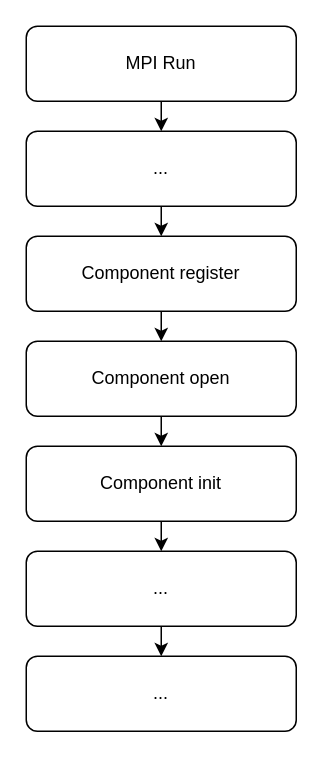
The draw.io diagram ompi/self-flow.drawio in Troyself/img-design-draw-io, before the edit. Source tidied: cells renumbered, new cells numbered last; positions are measured from the earlier drawing's top-left corner, leaving out a move shared by most shapes. Both pictures are drawn from the tidied source at 150%, with x=0, y=0 at pixel (26, 26).
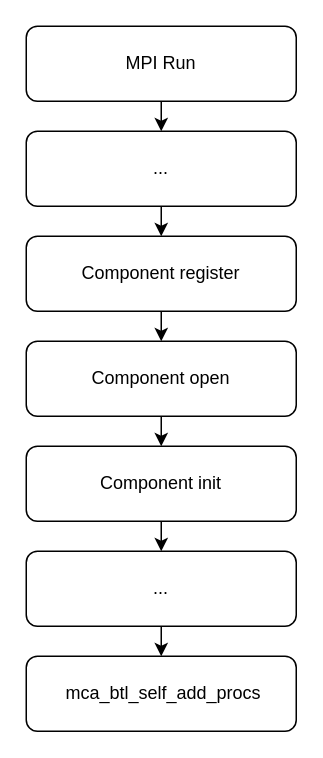
After the change.

Change to the diagram source:
```diff
@@
 <mxGraphModel>
   <root>
     <mxCell id="0" />
     <mxCell id="1" parent="0" />
     <mxCell id="2" style="edgeStyle=orthogonalEdgeStyle;rounded=0;jettySize=auto;html=1;exitX=0.5;exitY=1;exitDx=0;exitDy=0;entryX=0.5;entryY=0;entryDx=0;entryDy=0;fontFamily=Helvetica;fontSize=12;fontColor=default;" parent="1" edge="1" source="3" target="5">
       <mxGeometry relative="1" as="geometry" />
     </mxCell>
     <mxCell id="3" value="MPI Run" style="rounded=1;whiteSpace=wrap;html=1;fillColor=none;" parent="1" vertex="1">
       <mxGeometry width="180" height="50" as="geometry" />
     </mxCell>
     <mxCell id="4" style="edgeStyle=orthogonalEdgeStyle;rounded=0;jettySize=auto;html=1;exitX=0.5;exitY=1;exitDx=0;exitDy=0;entryX=0.5;entryY=0;entryDx=0;entryDy=0;fontFamily=Helvetica;fontSize=12;fontColor=default;" parent="1" edge="1" source="5" target="7">
       <mxGeometry relative="1" as="geometry" />
     </mxCell>
     <mxCell id="5" value="..." style="rounded=1;whiteSpace=wrap;html=1;fillColor=none;" parent="1" vertex="1">
       <mxGeometry y="70" width="180" height="50" as="geometry" />
     </mxCell>
     <mxCell id="6" style="edgeStyle=orthogonalEdgeStyle;rounded=0;jettySize=auto;html=1;exitX=0.5;exitY=1;exitDx=0;exitDy=0;entryX=0.5;entryY=0;entryDx=0;entryDy=0;fontFamily=Helvetica;fontSize=12;fontColor=default;" parent="1" edge="1" source="7" target="9">
       <mxGeometry relative="1" as="geometry" />
     </mxCell>
     <mxCell id="7" value="Component register" style="rounded=1;whiteSpace=wrap;html=1;fillColor=none;" parent="1" vertex="1">
       <mxGeometry y="140" width="180" height="50" as="geometry" />
     </mxCell>
     <mxCell id="8" style="edgeStyle=orthogonalEdgeStyle;rounded=0;jettySize=auto;html=1;exitX=0.5;exitY=1;exitDx=0;exitDy=0;entryX=0.5;entryY=0;entryDx=0;entryDy=0;fontFamily=Helvetica;fontSize=12;fontColor=default;" parent="1" edge="1" source="9" target="11">
       <mxGeometry relative="1" as="geometry" />
     </mxCell>
     <mxCell id="9" value="Component open" style="rounded=1;whiteSpace=wrap;html=1;fillColor=none;" parent="1" vertex="1">
       <mxGeometry y="210" width="180" height="50" as="geometry" />
     </mxCell>
     <mxCell id="10" style="edgeStyle=orthogonalEdgeStyle;rounded=0;jettySize=auto;html=1;exitX=0.5;exitY=1;exitDx=0;exitDy=0;entryX=0.5;entryY=0;entryDx=0;entryDy=0;fontFamily=Helvetica;fontSize=12;fontColor=default;" parent="1" edge="1" source="11" target="13">
       <mxGeometry relative="1" as="geometry" />
     </mxCell>
     <mxCell id="11" value="Component init" style="rounded=1;whiteSpace=wrap;html=1;fillColor=none;" parent="1" vertex="1">
       <mxGeometry y="280" width="180" height="50" as="geometry" />
     </mxCell>
     <mxCell id="12" style="edgeStyle=orthogonalEdgeStyle;rounded=0;jettySize=auto;html=1;exitX=0.5;exitY=1;exitDx=0;exitDy=0;entryX=0.5;entryY=0;entryDx=0;entryDy=0;fontFamily=Helvetica;fontSize=12;fontColor=default;" parent="1" edge="1" source="13" target="14">
       <mxGeometry relative="1" as="geometry" />
     </mxCell>
     <mxCell id="13" value="..." style="rounded=1;whiteSpace=wrap;html=1;fillColor=none;" parent="1" vertex="1">
       <mxGeometry y="350" width="180" height="50" as="geometry" />
     </mxCell>
-    <mxCell id="14" value="..." style="rounded=1;whiteSpace=wrap;html=1;fillColor=none;" parent="1" vertex="1">
+    <mxCell id="14" value="&amp;nbsp;mca_btl_self_add_procs" style="rounded=1;whiteSpace=wrap;html=1;fillColor=none;" parent="1" vertex="1">
       <mxGeometry y="420" width="180" height="50" as="geometry" />
     </mxCell>
   </root>
 </mxGraphModel>
```
